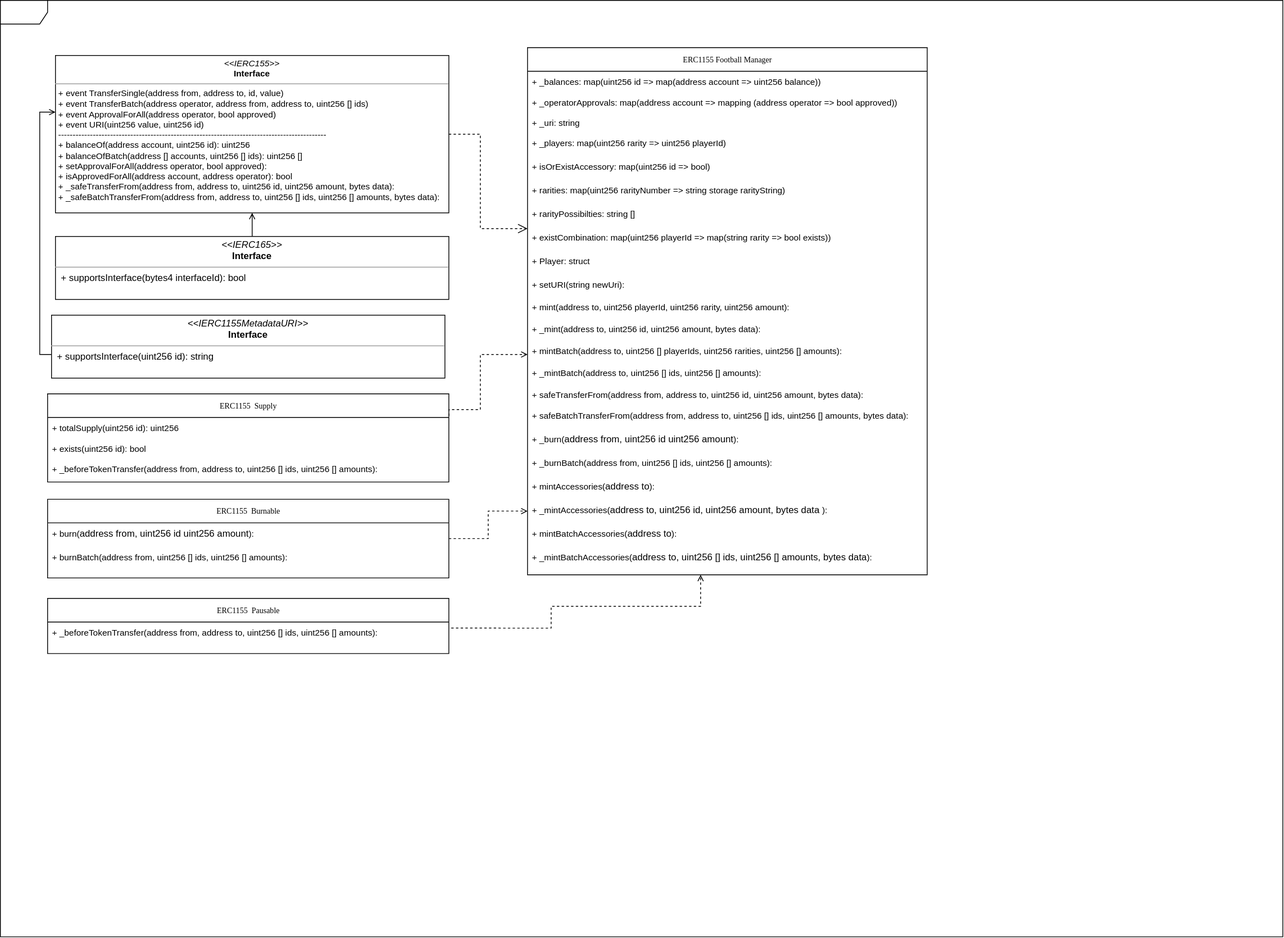
The draw.io diagram diagrams/ERC1155.drawio.svg in RasenGUY/smartDev, before a commit. Source tidied: cells renumbered, new cells last; positions are measured from the earlier drawing's top-left corner, leaving out a move shared by most shapes.
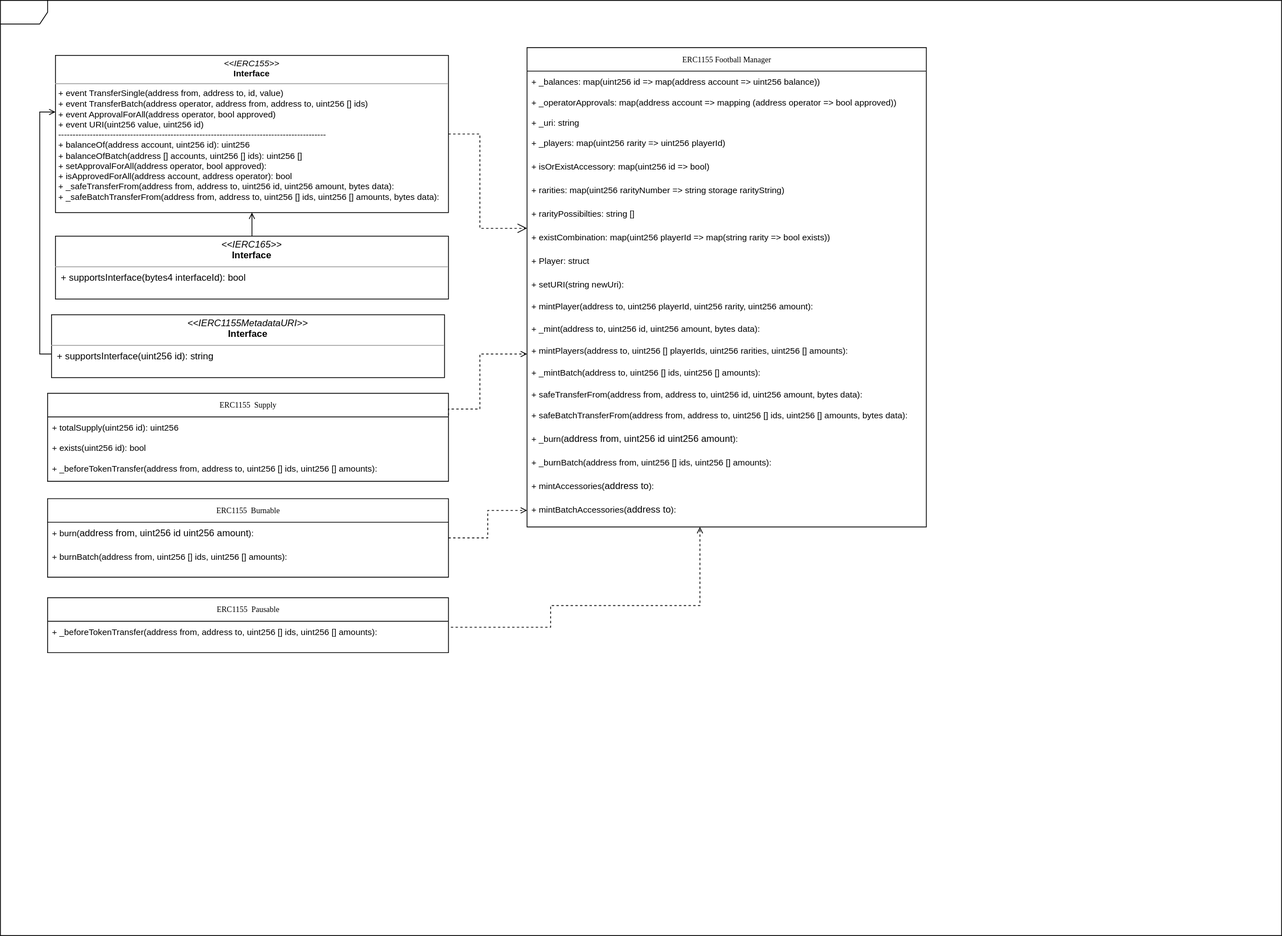
The same diagram one commit later.

Change to the diagram source:
```diff
@@ -6,7 +6,7 @@
       <mxGeometry width="1630" height="1190" as="geometry" />
     </mxCell>
     <mxCell id="3" value="ERC1155 Football Manager" style="swimlane;html=1;fontStyle=0;horizontal=1;startSize=30;fillColor=none;swimlaneFillColor=#ffffff;rounded=0;shadow=0;comic=0;labelBackgroundColor=none;strokeWidth=1;fontFamily=Verdana;fontSize=10;align=center;" parent="1" vertex="1">
-      <mxGeometry x="670" y="60" width="508" height="670" as="geometry" />
+      <mxGeometry x="670" y="60" width="508" height="610" as="geometry" />
     </mxCell>
     <mxCell id="4" value="&lt;font style=&quot;font-size: 11px&quot;&gt;+ _balances: map(uint256 id =&amp;gt; map(address account =&amp;gt; uint256 balance))&lt;/font&gt;" style="text;html=1;strokeColor=none;fillColor=none;align=left;verticalAlign=top;spacingLeft=4;spacingRight=4;whiteSpace=wrap;overflow=hidden;" parent="3" vertex="1">
       <mxGeometry y="30" width="508" height="26" as="geometry" />
@@ -38,13 +38,13 @@
     <mxCell id="13" value="&lt;font style=&quot;font-size: 11px&quot;&gt;+ setURI(string newUri):&amp;nbsp;&amp;nbsp;&lt;/font&gt;" style="text;html=1;align=left;verticalAlign=top;spacingLeft=4;spacingRight=4;whiteSpace=wrap;overflow=hidden;" parent="3" vertex="1">
       <mxGeometry y="288" width="508" height="28" as="geometry" />
     </mxCell>
-    <mxCell id="14" value="&lt;span style=&quot;font-size: 11px&quot;&gt;+ mint(address to, uint256 playerId, uint256 rarity, uint256 amount):&amp;nbsp;&amp;nbsp;&lt;/span&gt;" style="text;html=1;align=left;verticalAlign=top;spacingLeft=4;spacingRight=4;whiteSpace=wrap;overflow=hidden;" parent="3" vertex="1">
+    <mxCell id="14" value="&lt;span style=&quot;font-size: 11px&quot;&gt;+ mintPlayer(address to, uint256 playerId, uint256 rarity, uint256 amount):&amp;nbsp;&amp;nbsp;&lt;/span&gt;" style="text;html=1;align=left;verticalAlign=top;spacingLeft=4;spacingRight=4;whiteSpace=wrap;overflow=hidden;" parent="3" vertex="1">
       <mxGeometry y="316" width="508" height="28" as="geometry" />
     </mxCell>
     <mxCell id="15" value="&lt;span style=&quot;font-size: 11px&quot;&gt;+ _mint(address to, uint256 id, uint256 amount, bytes data):&amp;nbsp;&amp;nbsp;&lt;/span&gt;" style="text;html=1;align=left;verticalAlign=top;spacingLeft=4;spacingRight=4;whiteSpace=wrap;overflow=hidden;" parent="3" vertex="1">
       <mxGeometry y="344" width="508" height="28" as="geometry" />
     </mxCell>
-    <mxCell id="16" value="&lt;font style=&quot;font-size: 11px&quot;&gt;+ mintBatch(address to, uint256 [] playerIds, uint256 rarities, uint256 [] amounts):&amp;nbsp;&amp;nbsp;&lt;/font&gt;" style="text;html=1;strokeColor=none;fillColor=none;align=left;verticalAlign=top;spacingLeft=4;spacingRight=4;whiteSpace=wrap;overflow=hidden;" parent="3" vertex="1">
+    <mxCell id="16" value="&lt;font style=&quot;font-size: 11px&quot;&gt;+ mintPlayers(address to, uint256 [] playerIds, uint256 rarities, uint256 [] amounts):&amp;nbsp;&amp;nbsp;&lt;/font&gt;" style="text;html=1;strokeColor=none;fillColor=none;align=left;verticalAlign=top;spacingLeft=4;spacingRight=4;whiteSpace=wrap;overflow=hidden;" parent="3" vertex="1">
       <mxGeometry y="372" width="508" height="28" as="geometry" />
     </mxCell>
     <mxCell id="17" value="&lt;font style=&quot;font-size: 11px&quot;&gt;+ _mintBatch(address to, uint256 [] ids, uint256 [] amounts):&amp;nbsp;&amp;nbsp;&lt;/font&gt;" style="text;html=1;strokeColor=none;fillColor=none;align=left;verticalAlign=top;spacingLeft=4;spacingRight=4;whiteSpace=wrap;overflow=hidden;" parent="3" vertex="1">
@@ -65,15 +65,9 @@
     <mxCell id="22" value="&lt;span style=&quot;font-family: &amp;#34;helvetica&amp;#34; ; font-size: 11px&quot;&gt;+ mintAccessories(&lt;/span&gt;&lt;span&gt;address to&lt;/span&gt;&lt;span style=&quot;font-family: &amp;#34;helvetica&amp;#34; ; font-size: 11px&quot;&gt;):&lt;/span&gt;" style="text;html=1;strokeColor=none;fillColor=none;align=left;verticalAlign=top;spacingLeft=4;spacingRight=4;whiteSpace=wrap;overflow=hidden;" parent="3" vertex="1">
       <mxGeometry y="544" width="508" height="30" as="geometry" />
     </mxCell>
-    <mxCell id="23" value="&lt;span style=&quot;font-family: &amp;#34;helvetica&amp;#34; ; font-size: 11px&quot;&gt;+ _mintAccessories(&lt;/span&gt;&lt;span&gt;address to, uint256 id, uint256 amount, bytes data &lt;/span&gt;&lt;span style=&quot;font-family: &amp;#34;helvetica&amp;#34; ; font-size: 11px&quot;&gt;):&lt;/span&gt;" style="text;html=1;strokeColor=none;fillColor=none;align=left;verticalAlign=top;spacingLeft=4;spacingRight=4;whiteSpace=wrap;overflow=hidden;points=[[0,0.5],[1,0.5]];portConstraint=eastwest;" parent="3" vertex="1">
-      <mxGeometry y="574" width="508" height="30" as="geometry" />
-    </mxCell>
     <mxCell id="24" value="&lt;span style=&quot;font-family: &amp;#34;helvetica&amp;#34; ; font-size: 11px&quot;&gt;+ mintBatchAccessories(&lt;/span&gt;&lt;span&gt;address to&lt;/span&gt;&lt;span style=&quot;font-family: &amp;#34;helvetica&amp;#34; ; font-size: 11px&quot;&gt;):&lt;/span&gt;" style="text;html=1;strokeColor=none;fillColor=none;align=left;verticalAlign=top;spacingLeft=4;spacingRight=4;whiteSpace=wrap;overflow=hidden;" parent="3" vertex="1">
-      <mxGeometry y="604" width="508" height="30" as="geometry" />
+      <mxGeometry y="574" width="508" height="30" as="geometry" />
     </mxCell>
-    <mxCell id="25" value="&lt;span style=&quot;font-family: &amp;#34;helvetica&amp;#34; ; font-size: 11px&quot;&gt;+ _mintBatchAccessories(&lt;/span&gt;&lt;span&gt;address to, uint256 [] ids, uint256 [] amounts, bytes data&lt;/span&gt;&lt;span style=&quot;font-family: &amp;#34;helvetica&amp;#34; ; font-size: 11px&quot;&gt;):&lt;/span&gt;" style="text;html=1;strokeColor=none;fillColor=none;align=left;verticalAlign=top;spacingLeft=4;spacingRight=4;whiteSpace=wrap;overflow=hidden;" parent="3" vertex="1">
-      <mxGeometry y="634" width="508" height="30" as="geometry" />
-    </mxCell>
     <mxCell id="26" style="edgeStyle=orthogonalEdgeStyle;rounded=0;html=1;labelBackgroundColor=none;startFill=0;endArrow=open;endFill=0;endSize=10;fontFamily=Verdana;fontSize=10;dashed=1;" parent="1" edge="1" source="27" target="3">
       <mxGeometry relative="1" as="geometry">
         <Array as="points">
@@ -114,8 +108,10 @@
     <mxCell id="35" value="&lt;span style=&quot;font-family: &amp;#34;helvetica&amp;#34; ; font-size: 11px&quot;&gt;+ _beforeTokenTransfer(address from, address to, uint256 [] ids, uint256 [] amounts):&lt;/span&gt;" style="text;html=1;strokeColor=none;fillColor=none;align=left;verticalAlign=top;spacingLeft=4;spacingRight=4;whiteSpace=wrap;overflow=hidden;" parent="32" vertex="1">
       <mxGeometry y="82" width="510" height="30" as="geometry" />
     </mxCell>
-    <mxCell id="36" style="edgeStyle=orthogonalEdgeStyle;rounded=0;jettySize=auto;html=1;entryX=0;entryY=0.5;entryDx=0;entryDy=0;dashed=1;endArrow=open;endFill=0;" parent="1" edge="1" source="37" target="23">
-      <mxGeometry relative="1" as="geometry" />
+    <mxCell id="36" style="edgeStyle=orthogonalEdgeStyle;rounded=0;jettySize=auto;html=1;entryX=0;entryY=0.5;entryDx=0;entryDy=0;dashed=1;endArrow=open;endFill=0;" parent="1" edge="1" source="37">
+      <mxGeometry relative="1" as="geometry">
+        <mxPoint x="670" y="649" as="targetPoint" />
+      </mxGeometry>
     </mxCell>
     <mxCell id="37" value="ERC1155&amp;nbsp; Burnable" style="swimlane;html=1;fontStyle=0;horizontal=1;startSize=30;fillColor=none;swimlaneFillColor=#ffffff;rounded=0;shadow=0;comic=0;labelBackgroundColor=none;strokeWidth=1;fontFamily=Verdana;fontSize=10;align=center;" parent="1" vertex="1">
       <mxGeometry x="60" y="634" width="510" height="100" as="geometry" />
@@ -128,7 +124,7 @@
     </mxCell>
     <mxCell id="40" style="edgeStyle=orthogonalEdgeStyle;rounded=0;jettySize=auto;html=1;dashed=1;endArrow=open;endFill=0;exitX=1.006;exitY=0.255;exitDx=0;exitDy=0;exitPerimeter=0;" parent="1" edge="1" source="42">
       <mxGeometry relative="1" as="geometry">
-        <mxPoint x="890" y="730" as="targetPoint" />
+        <mxPoint x="890" y="670" as="targetPoint" />
         <Array as="points">
           <mxPoint x="700" y="798" />
           <mxPoint x="700" y="770" />
```
